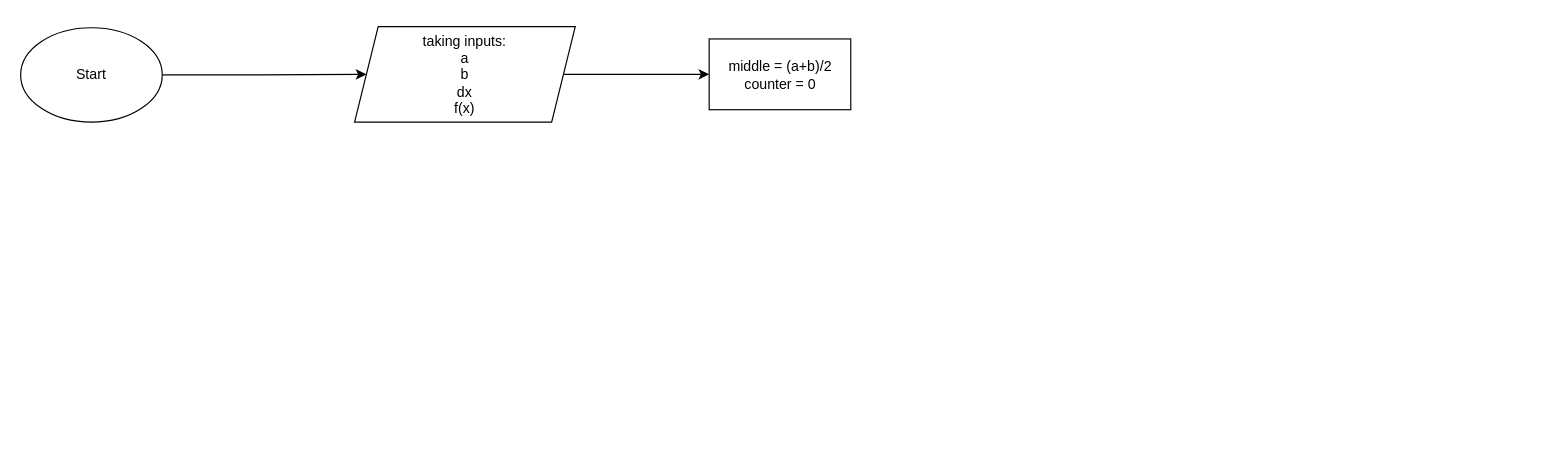
Before: Root-Finding methods/Bisection method/Bisection_method.drawio in Karen-Najafzadeh/Numerical-Calculations, a draw.io diagram. Source tidied: cells renumbered, new cells numbered last; positions are measured from the earlier drawing's top-left corner, leaving out a move shared by most shapes. Both pictures are drawn from the tidied source at 118%, with x=0, y=0 at pixel (20, 26).
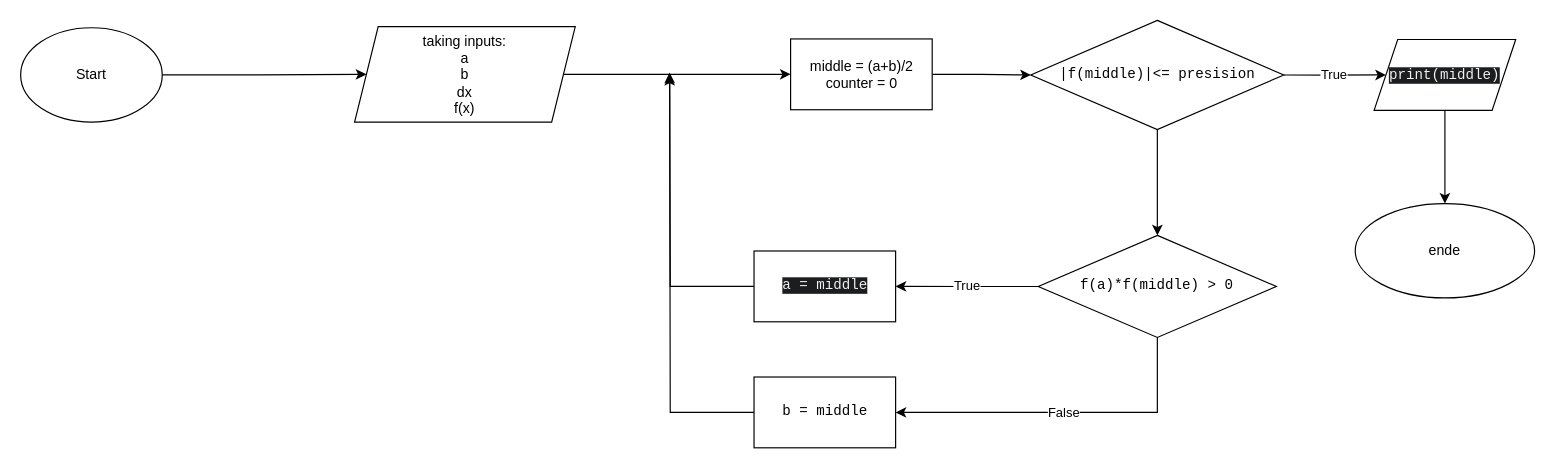
Above is the later version.

The edit, as a diff of the source:
```diff
@@
+    <mxCell id="7" style="edgeStyle=orthogonalEdgeStyle;rounded=0;jettySize=auto;html=1;" parent="1" edge="1" source="6" target="10">
+      <mxGeometry relative="1" as="geometry" />
+    </mxCell>
     <mxCell id="6" value="&lt;p&gt;middle = (a+b)/2&lt;br&gt;counter = 0&lt;/p&gt;" style="whiteSpace=wrap;html=1;" parent="1" vertex="1">
-      <mxGeometry x="583.5" y="10.5" width="120" height="60" as="geometry" />
+      <mxGeometry x="652.5" y="10.5" width="120" height="60" as="geometry" />
     </mxCell>
+    <mxCell id="8" value="True" style="edgeStyle=orthogonalEdgeStyle;rounded=0;jettySize=auto;html=1;exitX=1;exitY=0.5;exitDx=0;exitDy=0;entryX=0;entryY=0.5;entryDx=0;entryDy=0;" parent="1" edge="1" source="10" target="12">
+      <mxGeometry relative="1" as="geometry" />
+    </mxCell>
+    <mxCell id="9" style="edgeStyle=orthogonalEdgeStyle;rounded=0;jettySize=auto;html=1;" parent="1" edge="1" source="10" target="15">
+      <mxGeometry relative="1" as="geometry" />
+    </mxCell>
+    <mxCell id="10" value="|f(middle)|&amp;lt;= presision" style="rhombus;whiteSpace=wrap;html=1;fontFamily=Courier New;" parent="1" vertex="1">
+      <mxGeometry x="856" y="-5.2" width="214.5" height="92.5" as="geometry" />
+    </mxCell>
+    <mxCell id="11" style="edgeStyle=orthogonalEdgeStyle;rounded=0;jettySize=auto;html=1;" parent="1" edge="1" source="12" target="20">
+      <mxGeometry relative="1" as="geometry" />
+    </mxCell>
+    <mxCell id="12" value="&lt;span style=&quot;color: rgb(240, 240, 240); font-family: &amp;quot;Courier New&amp;quot;; font-size: 12px; font-style: normal; font-variant-ligatures: normal; font-variant-caps: normal; font-weight: 400; letter-spacing: normal; orphans: 2; text-align: center; text-indent: 0px; text-transform: none; widows: 2; word-spacing: 0px; -webkit-text-stroke-width: 0px; background-color: rgb(27, 29, 30); text-decoration-thickness: initial; text-decoration-style: initial; text-decoration-color: initial; float: none; display: inline !important;&quot;&gt;print(middle)&lt;/span&gt;" style="shape=parallelogram;perimeter=parallelogramPerimeter;whiteSpace=wrap;html=1;fixedSize=1;" parent="1" vertex="1">
+      <mxGeometry x="1147" y="11" width="120" height="60" as="geometry" />
+    </mxCell>
+    <mxCell id="13" value="True" style="edgeStyle=orthogonalEdgeStyle;rounded=0;jettySize=auto;html=1;" parent="1" edge="1" source="15" target="17">
+      <mxGeometry relative="1" as="geometry" />
+    </mxCell>
+    <mxCell id="14" value="False" style="edgeStyle=orthogonalEdgeStyle;rounded=0;jettySize=auto;html=1;entryX=1;entryY=0.5;entryDx=0;entryDy=0;" parent="1" edge="1" source="15" target="19">
+      <mxGeometry relative="1" as="geometry">
+        <Array as="points">
+          <mxPoint x="963" y="327" />
+        </Array>
+      </mxGeometry>
+    </mxCell>
+    <mxCell id="15" value="f(a)*f(middle) &amp;gt; 0" style="rhombus;whiteSpace=wrap;html=1;fontFamily=Courier New;" parent="1" vertex="1">
+      <mxGeometry x="862.4" y="177" width="201.8" height="86.5" as="geometry" />
+    </mxCell>
+    <mxCell id="16" style="edgeStyle=orthogonalEdgeStyle;rounded=0;jettySize=auto;html=1;exitX=0;exitY=0.5;exitDx=0;exitDy=0;" parent="1" edge="1" source="17">
+      <mxGeometry relative="1" as="geometry">
+        <mxPoint x="550" y="39" as="targetPoint" />
+      </mxGeometry>
+    </mxCell>
+    <mxCell id="17" value="&lt;span style=&quot;color: rgb(240, 240, 240); font-family: &amp;quot;Courier New&amp;quot;; font-size: 12px; font-style: normal; font-variant-ligatures: normal; font-variant-caps: normal; font-weight: 400; letter-spacing: normal; orphans: 2; text-align: center; text-indent: 0px; text-transform: none; widows: 2; word-spacing: 0px; -webkit-text-stroke-width: 0px; background-color: rgb(27, 29, 30); text-decoration-thickness: initial; text-decoration-style: initial; text-decoration-color: initial; float: none; display: inline !important;&quot;&gt;a = middle&lt;/span&gt;" style="whiteSpace=wrap;html=1;fontFamily=Courier New;" parent="1" vertex="1">
+      <mxGeometry x="621.5" y="190.2" width="120" height="60" as="geometry" />
+    </mxCell>
+    <mxCell id="18" style="edgeStyle=orthogonalEdgeStyle;rounded=0;jettySize=auto;html=1;exitX=0;exitY=0.5;exitDx=0;exitDy=0;" parent="1" edge="1" source="19">
+      <mxGeometry relative="1" as="geometry">
+        <mxPoint x="550" y="41" as="targetPoint" />
+      </mxGeometry>
+    </mxCell>
+    <mxCell id="19" value="b = middle" style="whiteSpace=wrap;html=1;fontFamily=Courier New;" parent="1" vertex="1">
+      <mxGeometry x="621.5" y="297" width="120" height="60" as="geometry" />
+    </mxCell>
+    <mxCell id="20" value="ende" style="ellipse;whiteSpace=wrap;html=1;" parent="1" vertex="1">
+      <mxGeometry x="1131" y="150" width="152" height="80" as="geometry" />
+    </mxCell>
```
